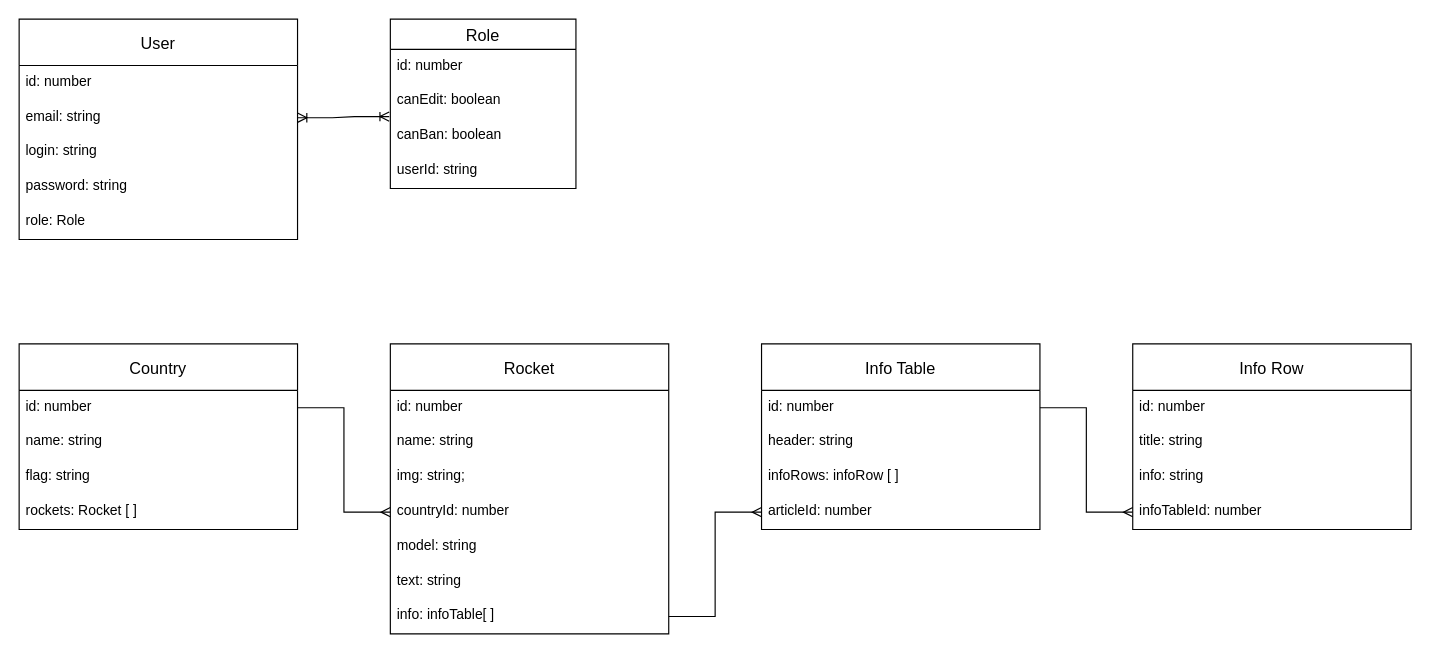
Above: backend/diagram.drawio in Qraree/space_fiction (draw.io), before the change. Source tidied: cells renumbered, new cells numbered last; positions are measured from the earlier drawing's top-left corner, leaving out a move shared by most shapes. Both pictures are drawn from the tidied source at 116%, with x=0, y=0 at pixel (19, 19).
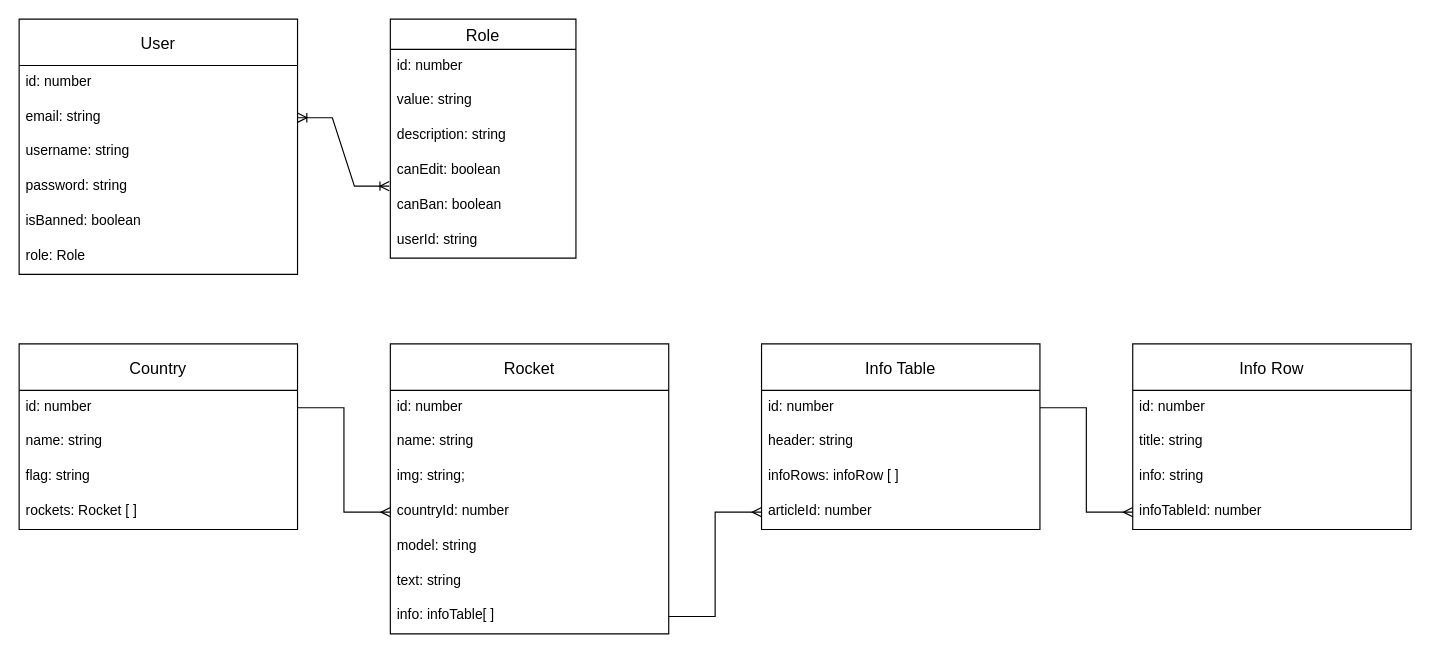
Above is the later version.

The edit, as a diff of the source:
```diff
@@
     <mxCell id="28" value="User" style="swimlane;fontStyle=0;horizontal=1;startSize=40;align=center;fontSize=14;" parent="1" vertex="1">
-      <mxGeometry width="240" height="190" as="geometry" />
+      <mxGeometry width="240" height="220" as="geometry" />
     </mxCell>
@@
-    <mxCell id="31" value="login: string" style="text;strokeColor=none;fillColor=none;spacingLeft=4;spacingRight=4;overflow=hidden;fontSize=12;" parent="28" vertex="1">
+    <mxCell id="31" value="username: string" style="text;strokeColor=none;fillColor=none;spacingLeft=4;spacingRight=4;overflow=hidden;fontSize=12;" parent="28" vertex="1">
       <mxGeometry y="100" width="240" height="30" as="geometry" />
     </mxCell>
@@
-    <mxCell id="33" value="role: Role" style="text;strokeColor=none;fillColor=none;spacingLeft=4;spacingRight=4;overflow=hidden;fontSize=12;" parent="28" vertex="1">
+    <mxCell id="33" value="isBanned: boolean" style="text;strokeColor=none;fillColor=none;spacingLeft=4;spacingRight=4;overflow=hidden;fontSize=12;" parent="28" vertex="1">
       <mxGeometry y="160" width="240" height="30" as="geometry" />
     </mxCell>
+    <mxCell id="40" value="role: Role" style="text;strokeColor=none;fillColor=none;spacingLeft=4;spacingRight=4;overflow=hidden;fontSize=12;" parent="28" vertex="1">
+      <mxGeometry y="190" width="240" height="30" as="geometry" />
+    </mxCell>
     <mxCell id="34" value="Role" style="swimlane;fontStyle=0;horizontal=1;startSize=26;align=center;fontSize=14;" parent="1" vertex="1">
-      <mxGeometry x="320" width="160" height="146" as="geometry" />
+      <mxGeometry x="320" width="160" height="206" as="geometry" />
     </mxCell>
@@
+    <mxCell id="41" value="value: string" style="text;strokeColor=none;fillColor=none;spacingLeft=4;spacingRight=4;overflow=hidden;fontSize=12;" parent="34" vertex="1">
+      <mxGeometry y="56" width="160" height="30" as="geometry" />
+    </mxCell>
+    <mxCell id="42" value="description: string" style="text;strokeColor=none;fillColor=none;spacingLeft=4;spacingRight=4;overflow=hidden;fontSize=12;" parent="34" vertex="1">
+      <mxGeometry y="86" width="160" height="30" as="geometry" />
+    </mxCell>
     <mxCell id="36" value="canEdit: boolean" style="text;strokeColor=none;fillColor=none;spacingLeft=4;spacingRight=4;overflow=hidden;fontSize=12;" parent="34" vertex="1">
-      <mxGeometry y="56" width="160" height="30" as="geometry" />
+      <mxGeometry y="116" width="160" height="30" as="geometry" />
     </mxCell>
     <mxCell id="37" value="canBan: boolean" style="text;strokeColor=none;fillColor=none;spacingLeft=4;spacingRight=4;overflow=hidden;points=[[0,0.5],[1,0.5]];portConstraint=eastwest;fontSize=12;" parent="34" vertex="1">
-      <mxGeometry y="86" width="160" height="30" as="geometry" />
+      <mxGeometry y="146" width="160" height="30" as="geometry" />
     </mxCell>
     <mxCell id="38" value="userId: string" style="text;strokeColor=none;fillColor=none;spacingLeft=4;spacingRight=4;overflow=hidden;fontSize=12;" parent="34" vertex="1">
-      <mxGeometry y="116" width="160" height="30" as="geometry" />
+      <mxGeometry y="176" width="160" height="30" as="geometry" />
     </mxCell>
```
